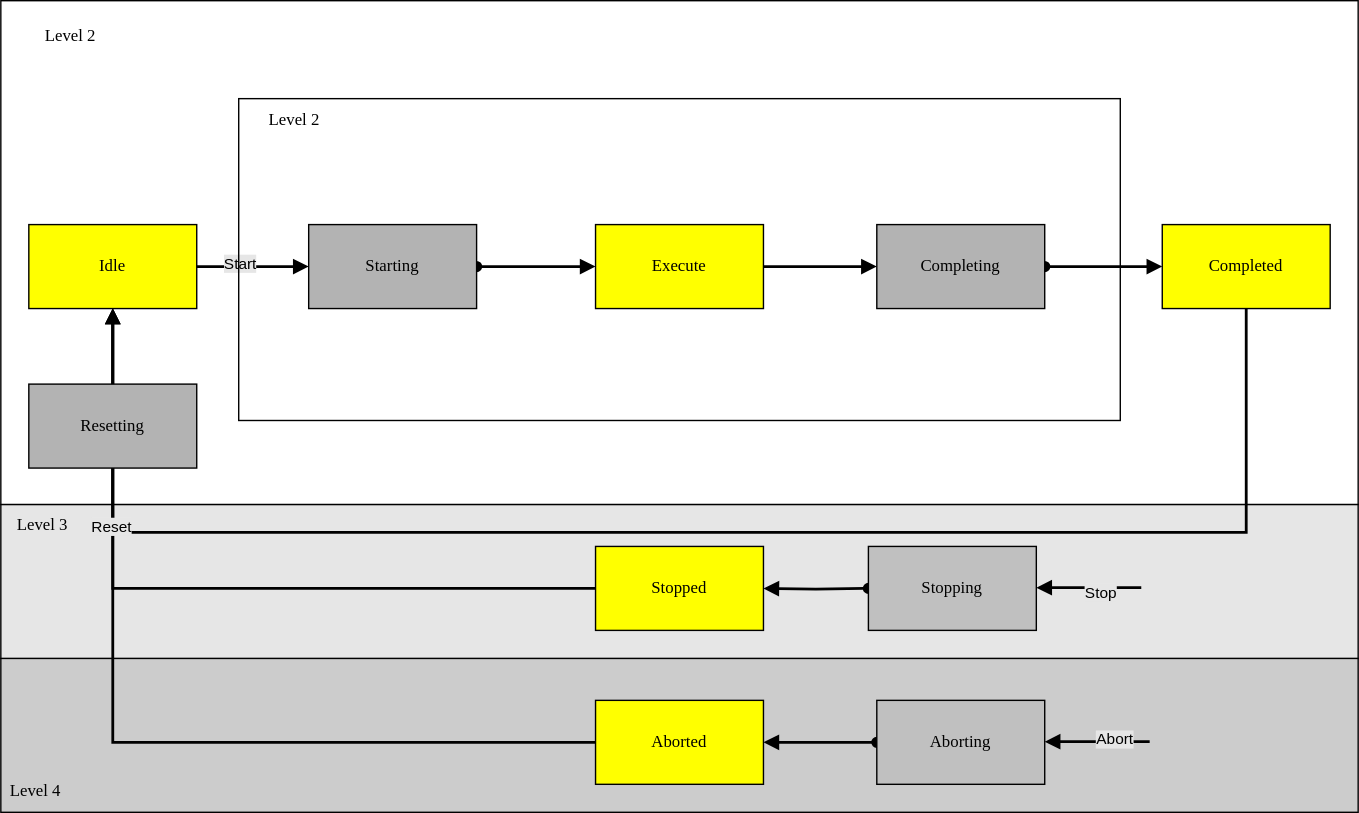
PeterZerlauth/Tc3_Component keeps this draw.io diagram as docs/Component.drawio.svg. Above is the earlier version. Source tidied: cells renumbered, new cells last; positions are measured from the earlier drawing's top-left corner, leaving out a move shared by most shapes.
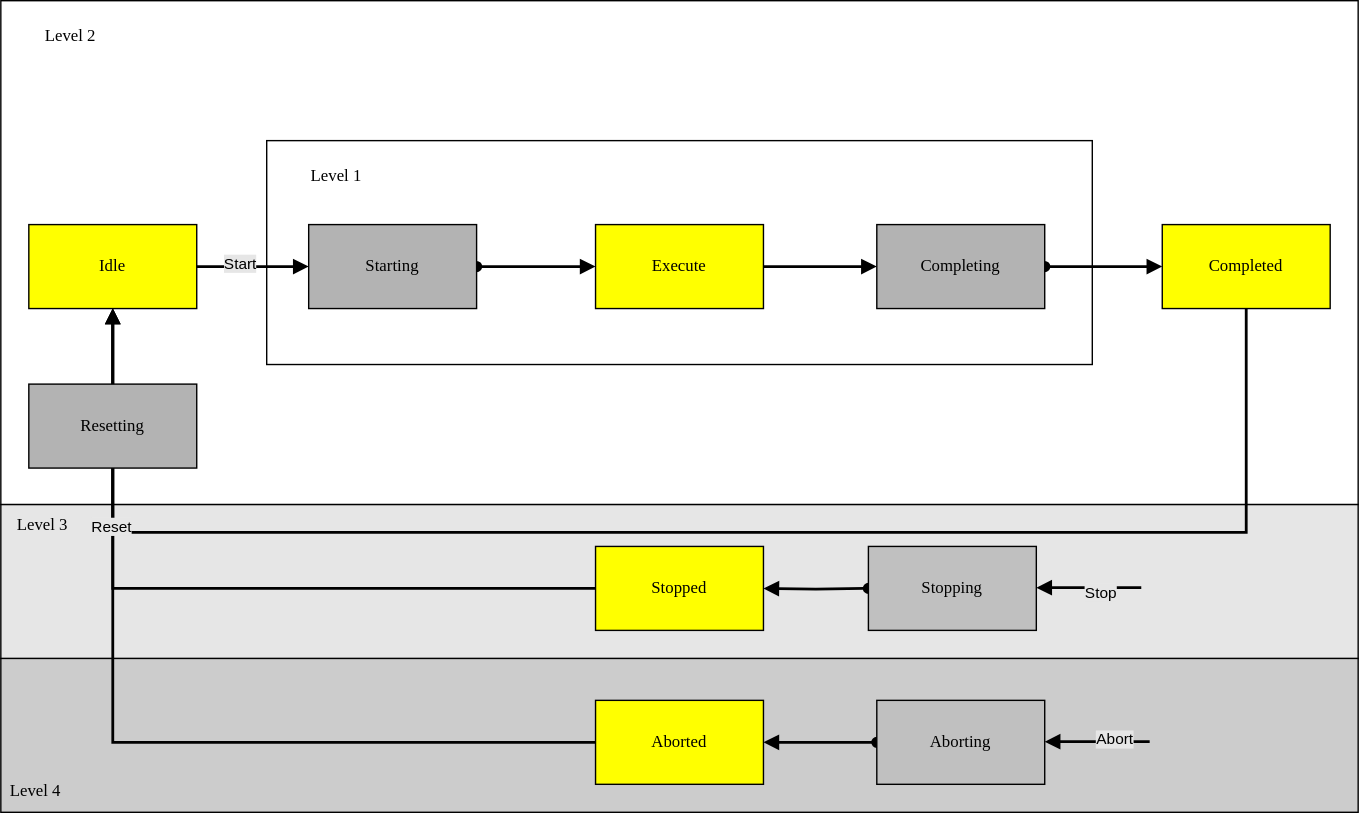
The same diagram one commit later.

What changed in the source:
```diff
@@ -104,17 +104,17 @@
     <mxCell id="30" value="Level 4" style="rounded=0;whiteSpace=wrap;html=1;arcSize=24;fillColor=none;strokeColor=none;shadow=0;comic=0;labelBackgroundColor=none;fontFamily=Verdana;fontSize=12;fontColor=#000000;align=center;" parent="1" vertex="1">
       <mxGeometry y="550" width="50" height="30" as="geometry" />
     </mxCell>
-    <mxCell id="31" value="Level 2" style="rounded=0;whiteSpace=wrap;html=1;arcSize=24;fillColor=none;strokeColor=none;shadow=0;comic=0;labelBackgroundColor=none;fontFamily=Verdana;fontSize=12;fontColor=#000000;align=center;" parent="1" vertex="1">
-      <mxGeometry x="170" y="70" width="80" height="30" as="geometry" />
-    </mxCell>
     <mxCell id="32" value="Resetting" style="rounded=0;whiteSpace=wrap;html=1;arcSize=24;fillColor=#B3B3B3;strokeColor=#000000;shadow=0;comic=0;labelBackgroundColor=none;fontFamily=Verdana;fontSize=12;fontColor=#000000;align=center;" parent="1" vertex="1">
       <mxGeometry x="20" y="274" width="120" height="60" as="geometry" />
     </mxCell>
     <mxCell id="33" style="rounded=0;whiteSpace=wrap;html=1;fontFamily=Helvetica;fontSize=11;fontColor=default;labelBackgroundColor=default;fillColor=none;" parent="1" vertex="1">
-      <mxGeometry x="170" y="70" width="630" height="230" as="geometry" />
+      <mxGeometry x="190" y="100" width="590" height="160" as="geometry" />
     </mxCell>
     <mxCell id="34" value="Level 2" style="rounded=0;whiteSpace=wrap;html=1;arcSize=24;fillColor=none;strokeColor=none;shadow=0;comic=0;labelBackgroundColor=none;fontFamily=Verdana;fontSize=12;fontColor=#000000;align=center;" parent="1" vertex="1">
       <mxGeometry x="10" y="10" width="80" height="30" as="geometry" />
     </mxCell>
+    <mxCell id="35" value="&lt;div&gt;Level 1&lt;/div&gt;" style="rounded=0;whiteSpace=wrap;html=1;arcSize=24;fillColor=none;strokeColor=none;shadow=0;comic=0;labelBackgroundColor=none;fontFamily=Verdana;fontSize=12;fontColor=#000000;align=center;" parent="1" vertex="1">
+      <mxGeometry x="200" y="110" width="80" height="30" as="geometry" />
+    </mxCell>
   </root>
 </mxGraphModel>
```
